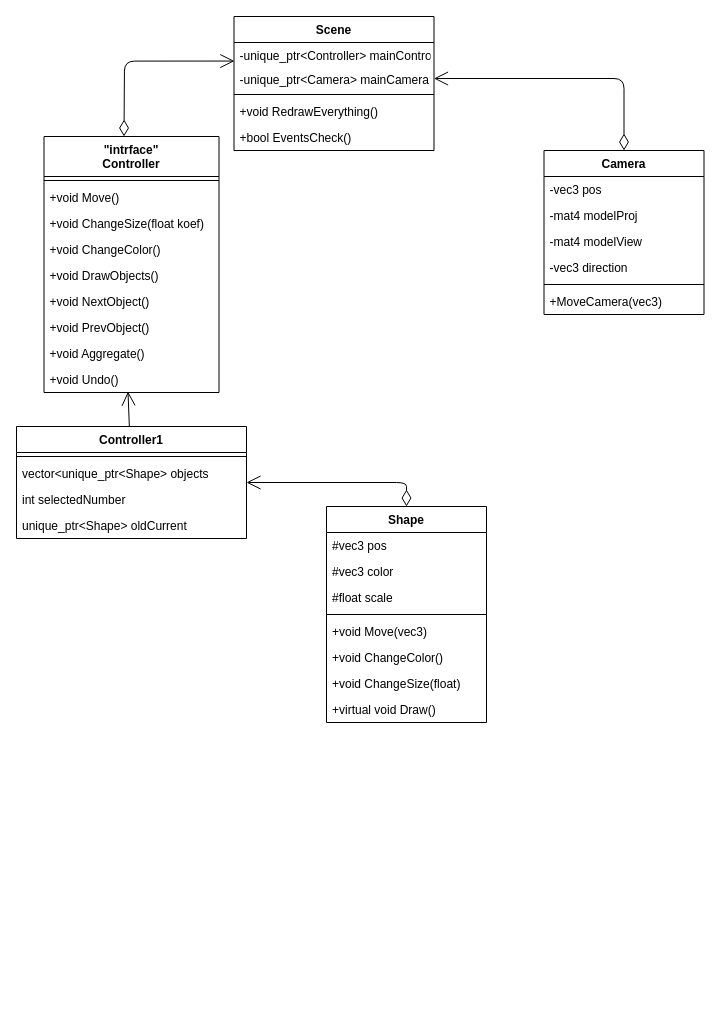
Earlier version of the draw.io diagram docs/UML.drawio (LeshanovAndrei/Shape3D). Source tidied: cells renumbered, new cells numbered last; positions are measured from the earlier drawing's top-left corner, leaving out a move shared by most shapes. Both pictures are drawn from the tidied source at 100%, with x=0, y=0 at pixel (16, 16).
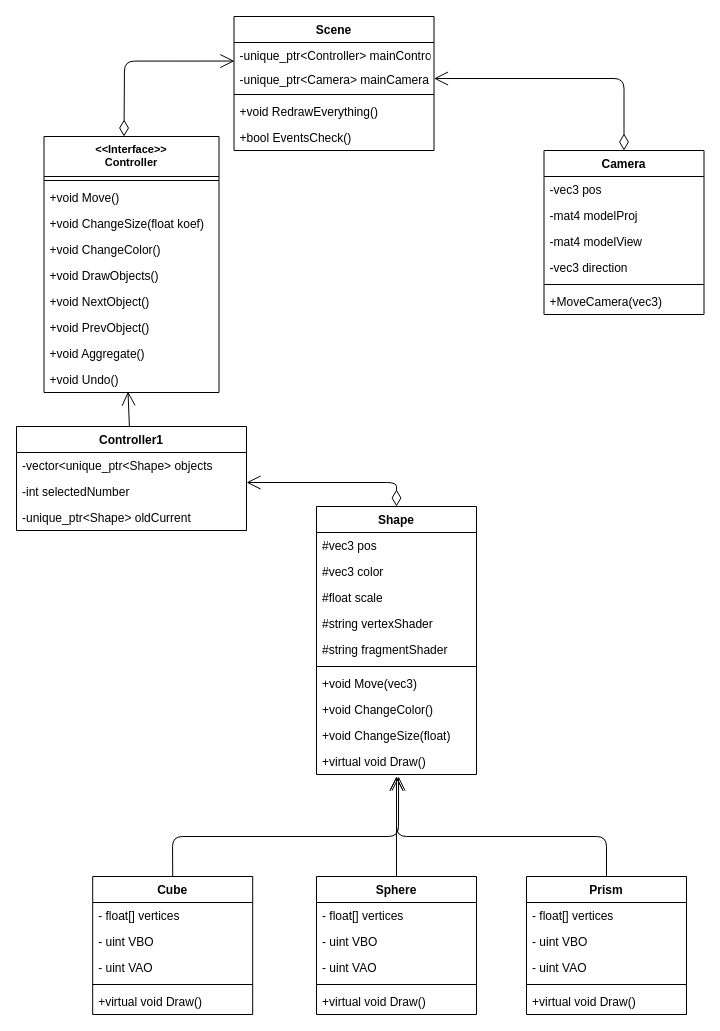
The same page after the edit.

The change refers to these unchanged cells:
```xml
<mxCell id="3" value="-unique_ptr&lt;Controller&gt; mainController" style="text;strokeColor=none;fillColor=none;align=left;verticalAlign=top;spacingLeft=4;spacingRight=4;overflow=hidden;points=[[0,0.5],[1,0.5]];portConstraint=eastwest;" parent="2" vertex="1">
  <mxGeometry y="26" width="200" height="24" as="geometry" />
</mxCell>
```

Diff of the diagram source:
```diff
@@
     <mxCell id="8" value="Controller1" style="swimlane;fontStyle=1;align=center;verticalAlign=top;horizontal=1;startSize=26;" parent="1" vertex="1">
-      <mxGeometry y="410" width="230" height="112" as="geometry" />
+      <mxGeometry y="410" width="230" height="104" as="geometry" />
     </mxCell>
-    <mxCell id="9" style="line;strokeWidth=1;fillColor=none;align=left;verticalAlign=middle;spacingTop=-1;spacingLeft=3;spacingRight=3;labelPosition=right;" parent="8" vertex="1">
-      <mxGeometry y="26" width="230" height="8" as="geometry" />
-    </mxCell>
-    <mxCell id="10" value="vector&lt;unique_ptr&lt;Shape&gt; objects" style="text;strokeColor=none;fillColor=none;align=left;verticalAlign=top;spacingLeft=4;spacingRight=4;overflow=hidden;" parent="8" vertex="1">
-      <mxGeometry y="34" width="230" height="26" as="geometry" />
-    </mxCell>
-    <mxCell id="11" value="int selectedNumber" style="text;strokeColor=none;fillColor=none;align=left;verticalAlign=top;spacingLeft=4;spacingRight=4;overflow=hidden;" parent="8" vertex="1">
-      <mxGeometry y="60" width="230" height="26" as="geometry" />
-    </mxCell>
-    <mxCell id="12" value="unique_ptr&lt;Shape&gt; oldCurrent" style="text;strokeColor=none;fillColor=none;align=left;verticalAlign=top;spacingLeft=4;spacingRight=4;overflow=hidden;" parent="8" vertex="1">
-      <mxGeometry y="86" width="230" height="26" as="geometry" />
-    </mxCell>
-    <mxCell id="13" value="&quot;intrface&quot;&#10;Controller" style="swimlane;fontStyle=1;align=center;verticalAlign=top;horizontal=1;startSize=40;" parent="1" vertex="1">
-      <mxGeometry x="27.5" y="120" width="175" height="256" as="geometry" />
-    </mxCell>
-    <mxCell id="14" style="endArrow=open;html=1;endSize=12;startArrow=diamondThin;startSize=14;startFill=0;edgeStyle=orthogonalEdgeStyle;align=left;verticalAlign=bottom;entryX=0.002;entryY=0.773;entryDx=0;entryDy=0;entryPerimeter=0;" parent="13" edge="1" target="3">
-      <mxGeometry x="-0.89" relative="1" as="geometry">
-        <mxPoint x="80" as="sourcePoint" />
-      </mxGeometry>
-    </mxCell>
+    <mxCell id="43" value="-vector&lt;unique_ptr&lt;Shape&gt; objects" style="text;strokeColor=none;fillColor=none;align=left;verticalAlign=top;spacingLeft=4;spacingRight=4;overflow=hidden;" parent="8" vertex="1">
+      <mxGeometry y="26" width="230" height="26" as="geometry" />
+    </mxCell>
+    <mxCell id="44" value="-int selectedNumber" style="text;strokeColor=none;fillColor=none;align=left;verticalAlign=top;spacingLeft=4;spacingRight=4;overflow=hidden;" parent="8" vertex="1">
+      <mxGeometry y="52" width="230" height="26" as="geometry" />
+    </mxCell>
+    <mxCell id="45" value="-unique_ptr&lt;Shape&gt; oldCurrent" style="text;strokeColor=none;fillColor=none;align=left;verticalAlign=top;spacingLeft=4;spacingRight=4;overflow=hidden;" parent="8" vertex="1">
+      <mxGeometry y="78" width="230" height="26" as="geometry" />
+    </mxCell>
+    <mxCell id="46" value="&lt;&lt;Interface&gt;&gt;&#10;Controller" style="swimlane;fontStyle=1;align=center;verticalAlign=top;horizontal=1;startSize=40;fontSize=11;" parent="1" vertex="1">
+      <mxGeometry x="27.5" y="120" width="175" height="256" as="geometry" />
+    </mxCell>
+    <mxCell id="47" style="endArrow=open;html=1;endSize=12;startArrow=diamondThin;startSize=14;startFill=0;edgeStyle=orthogonalEdgeStyle;align=left;verticalAlign=bottom;entryX=0.002;entryY=0.773;entryDx=0;entryDy=0;entryPerimeter=0;" parent="46" edge="1" target="3">
+      <mxGeometry x="-0.89" relative="1" as="geometry">
+        <mxPoint x="80" as="sourcePoint" />
+      </mxGeometry>
+    </mxCell>
-    <mxCell id="15" style="line;strokeWidth=1;fillColor=none;align=left;verticalAlign=middle;spacingTop=-1;spacingLeft=3;spacingRight=3;labelPosition=right;" parent="13" vertex="1">
+    <mxCell id="15" style="line;strokeWidth=1;fillColor=none;align=left;verticalAlign=middle;spacingTop=-1;spacingLeft=3;spacingRight=3;labelPosition=right;" parent="46" vertex="1">
       <mxGeometry y="40" width="175" height="8" as="geometry" />
     </mxCell>
-    <mxCell id="16" value="+void Move()" style="text;strokeColor=none;fillColor=none;align=left;verticalAlign=top;spacingLeft=4;spacingRight=4;overflow=hidden;" parent="13" vertex="1">
+    <mxCell id="16" value="+void Move()" style="text;strokeColor=none;fillColor=none;align=left;verticalAlign=top;spacingLeft=4;spacingRight=4;overflow=hidden;" parent="46" vertex="1">
       <mxGeometry y="48" width="175" height="26" as="geometry" />
     </mxCell>
-    <mxCell id="17" value="+void ChangeSize(float koef)" style="text;strokeColor=none;fillColor=none;align=left;verticalAlign=top;spacingLeft=4;spacingRight=4;overflow=hidden;" parent="13" vertex="1">
+    <mxCell id="17" value="+void ChangeSize(float koef)" style="text;strokeColor=none;fillColor=none;align=left;verticalAlign=top;spacingLeft=4;spacingRight=4;overflow=hidden;" parent="46" vertex="1">
       <mxGeometry y="74" width="175" height="26" as="geometry" />
     </mxCell>
-    <mxCell id="18" value="+void ChangeColor()" style="text;strokeColor=none;fillColor=none;align=left;verticalAlign=top;spacingLeft=4;spacingRight=4;overflow=hidden;" parent="13" vertex="1">
+    <mxCell id="18" value="+void ChangeColor()" style="text;strokeColor=none;fillColor=none;align=left;verticalAlign=top;spacingLeft=4;spacingRight=4;overflow=hidden;" parent="46" vertex="1">
       <mxGeometry y="100" width="175" height="26" as="geometry" />
     </mxCell>
-    <mxCell id="19" value="+void DrawObjects()" style="text;strokeColor=none;fillColor=none;align=left;verticalAlign=top;spacingLeft=4;spacingRight=4;overflow=hidden;" parent="13" vertex="1">
+    <mxCell id="19" value="+void DrawObjects()" style="text;strokeColor=none;fillColor=none;align=left;verticalAlign=top;spacingLeft=4;spacingRight=4;overflow=hidden;" parent="46" vertex="1">
       <mxGeometry y="126" width="175" height="26" as="geometry" />
     </mxCell>
-    <mxCell id="20" value="+void NextObject()" style="text;strokeColor=none;fillColor=none;align=left;verticalAlign=top;spacingLeft=4;spacingRight=4;overflow=hidden;" parent="13" vertex="1">
+    <mxCell id="20" value="+void NextObject()" style="text;strokeColor=none;fillColor=none;align=left;verticalAlign=top;spacingLeft=4;spacingRight=4;overflow=hidden;" parent="46" vertex="1">
       <mxGeometry y="152" width="175" height="26" as="geometry" />
     </mxCell>
-    <mxCell id="21" value="+void PrevObject()" style="text;strokeColor=none;fillColor=none;align=left;verticalAlign=top;spacingLeft=4;spacingRight=4;overflow=hidden;" parent="13" vertex="1">
+    <mxCell id="21" value="+void PrevObject()" style="text;strokeColor=none;fillColor=none;align=left;verticalAlign=top;spacingLeft=4;spacingRight=4;overflow=hidden;" parent="46" vertex="1">
       <mxGeometry y="178" width="175" height="26" as="geometry" />
     </mxCell>
-    <mxCell id="22" value="+void Aggregate()" style="text;strokeColor=none;fillColor=none;align=left;verticalAlign=top;spacingLeft=4;spacingRight=4;overflow=hidden;" parent="13" vertex="1">
+    <mxCell id="22" value="+void Aggregate()" style="text;strokeColor=none;fillColor=none;align=left;verticalAlign=top;spacingLeft=4;spacingRight=4;overflow=hidden;" parent="46" vertex="1">
       <mxGeometry y="204" width="175" height="26" as="geometry" />
     </mxCell>
-    <mxCell id="23" value="+void Undo()" style="text;strokeColor=none;fillColor=none;align=left;verticalAlign=top;spacingLeft=4;spacingRight=4;overflow=hidden;" parent="13" vertex="1">
+    <mxCell id="23" value="+void Undo()" style="text;strokeColor=none;fillColor=none;align=left;verticalAlign=top;spacingLeft=4;spacingRight=4;overflow=hidden;" parent="46" vertex="1">
       <mxGeometry y="230" width="175" height="26" as="geometry" />
     </mxCell>
-    <mxCell id="24" style="endArrow=open;endFill=1;endSize=12;html=1;" parent="1" edge="1" source="8">
-      <mxGeometry relative="1" as="geometry">
-        <mxPoint x="111.5" y="375" as="targetPoint" />
-      </mxGeometry>
-    </mxCell>
+    <mxCell id="48" style="endArrow=open;endFill=1;endSize=12;html=1;" parent="1" edge="1" source="8">
+      <mxGeometry relative="1" as="geometry">
+        <mxPoint x="111.5" y="375" as="targetPoint" />
+      </mxGeometry>
+    </mxCell>
@@
     <mxCell id="33" value="Shape" style="swimlane;fontStyle=1;align=center;verticalAlign=top;horizontal=1;startSize=26;" parent="1" vertex="1">
-      <mxGeometry x="310" y="490" width="160" height="216" as="geometry" />
+      <mxGeometry x="300" y="490" width="160" height="268" as="geometry" />
     </mxCell>
-    <mxCell id="34" style="endArrow=open;html=1;endSize=12;startArrow=diamondThin;startSize=14;startFill=0;edgeStyle=orthogonalEdgeStyle;align=left;verticalAlign=bottom;" parent="33" edge="1" target="8">
-      <mxGeometry x="-1" y="3" relative="1" as="geometry">
-        <mxPoint x="80" as="sourcePoint" />
-        <Array as="points">
-          <mxPoint x="80" y="-24" />
-        </Array>
-      </mxGeometry>
-    </mxCell>
+    <mxCell id="49" style="endArrow=open;html=1;endSize=12;startArrow=diamondThin;startSize=14;startFill=0;edgeStyle=orthogonalEdgeStyle;align=left;verticalAlign=bottom;" parent="33" edge="1" target="8">
+      <mxGeometry x="-1" y="3" relative="1" as="geometry">
+        <mxPoint x="80" as="sourcePoint" />
+        <Array as="points">
+          <mxPoint x="80" y="-24" />
+        </Array>
+      </mxGeometry>
+    </mxCell>
@@
-    <mxCell id="38" style="line;strokeWidth=1;fillColor=none;align=left;verticalAlign=middle;spacingTop=-1;spacingLeft=3;spacingRight=3;labelPosition=right;" parent="33" vertex="1">
-      <mxGeometry y="104" width="160" height="8" as="geometry" />
-    </mxCell>
+    <mxCell id="50" value="#string vertexShader" style="text;strokeColor=none;fillColor=none;align=left;verticalAlign=top;spacingLeft=4;spacingRight=4;overflow=hidden;" parent="33" vertex="1">
+      <mxGeometry y="104" width="160" height="26" as="geometry" />
+    </mxCell>
+    <mxCell id="51" value="#string fragmentShader" style="text;strokeColor=none;fillColor=none;align=left;verticalAlign=top;spacingLeft=4;spacingRight=4;overflow=hidden;" parent="33" vertex="1">
+      <mxGeometry y="130" width="160" height="26" as="geometry" />
+    </mxCell>
+    <mxCell id="52" style="line;strokeWidth=1;fillColor=none;align=left;verticalAlign=middle;spacingTop=-1;spacingLeft=3;spacingRight=3;labelPosition=right;" parent="33" vertex="1">
+      <mxGeometry y="156" width="160" height="8" as="geometry" />
+    </mxCell>
     <mxCell id="39" value="+void Move(vec3)" style="text;strokeColor=none;fillColor=none;align=left;verticalAlign=top;spacingLeft=4;spacingRight=4;overflow=hidden;" parent="33" vertex="1">
-      <mxGeometry y="112" width="160" height="26" as="geometry" />
+      <mxGeometry y="164" width="160" height="26" as="geometry" />
     </mxCell>
     <mxCell id="40" value="+void ChangeColor()" style="text;strokeColor=none;fillColor=none;align=left;verticalAlign=top;spacingLeft=4;spacingRight=4;overflow=hidden;" parent="33" vertex="1">
-      <mxGeometry y="138" width="160" height="26" as="geometry" />
+      <mxGeometry y="190" width="160" height="26" as="geometry" />
     </mxCell>
     <mxCell id="41" value="+void ChangeSize(float)" style="text;strokeColor=none;fillColor=none;align=left;verticalAlign=top;spacingLeft=4;spacingRight=4;overflow=hidden;" parent="33" vertex="1">
-      <mxGeometry y="164" width="160" height="26" as="geometry" />
+      <mxGeometry y="216" width="160" height="26" as="geometry" />
     </mxCell>
-    <mxCell id="42" value="+virtual void Draw()" style="text;strokeColor=none;fillColor=none;align=left;verticalAlign=top;spacingLeft=4;spacingRight=4;overflow=hidden;" parent="33" vertex="1">
-      <mxGeometry y="190" width="160" height="26" as="geometry" />
-    </mxCell>
+    <mxCell id="53" value="+virtual void Draw()" style="text;strokeColor=none;fillColor=none;align=left;verticalAlign=top;spacingLeft=4;spacingRight=4;overflow=hidden;points=[[0,0.5],[1,0.5]];portConstraint=eastwest;" parent="33" vertex="1">
+      <mxGeometry y="242" width="160" height="26" as="geometry" />
+    </mxCell>
+    <mxCell id="54" value="Cube" style="swimlane;fontStyle=1;align=center;verticalAlign=top;horizontal=1;startSize=26;" parent="1" vertex="1">
+      <mxGeometry x="76.2" y="860" width="160" height="138" as="geometry" />
+    </mxCell>
+    <mxCell id="55" value="- float[] vertices" style="text;strokeColor=none;fillColor=none;align=left;verticalAlign=top;spacingLeft=4;spacingRight=4;overflow=hidden;" parent="54" vertex="1">
+      <mxGeometry y="26" width="160" height="26" as="geometry" />
+    </mxCell>
+    <mxCell id="56" value="- uint VBO" style="text;strokeColor=none;fillColor=none;align=left;verticalAlign=top;spacingLeft=4;spacingRight=4;overflow=hidden;" parent="54" vertex="1">
+      <mxGeometry y="52" width="160" height="26" as="geometry" />
+    </mxCell>
+    <mxCell id="57" value="- uint VAO" style="text;strokeColor=none;fillColor=none;align=left;verticalAlign=top;spacingLeft=4;spacingRight=4;overflow=hidden;" parent="54" vertex="1">
+      <mxGeometry y="78" width="160" height="26" as="geometry" />
+    </mxCell>
+    <mxCell id="58" style="line;strokeWidth=1;fillColor=none;align=left;verticalAlign=middle;spacingTop=-1;spacingLeft=3;spacingRight=3;labelPosition=right;" parent="54" vertex="1">
+      <mxGeometry y="104" width="160" height="8" as="geometry" />
+    </mxCell>
+    <mxCell id="59" value="+virtual void Draw()" style="text;strokeColor=none;fillColor=none;align=left;verticalAlign=top;spacingLeft=4;spacingRight=4;overflow=hidden;" parent="54" vertex="1">
+      <mxGeometry y="112" width="160" height="26" as="geometry" />
+    </mxCell>
+    <mxCell id="60" value="Sphere" style="swimlane;fontStyle=1;align=center;verticalAlign=top;horizontal=1;startSize=26;" parent="1" vertex="1">
+      <mxGeometry x="300" y="860" width="160" height="138" as="geometry" />
+    </mxCell>
+    <mxCell id="61" value="- float[] vertices" style="text;strokeColor=none;fillColor=none;align=left;verticalAlign=top;spacingLeft=4;spacingRight=4;overflow=hidden;" parent="60" vertex="1">
+      <mxGeometry y="26" width="160" height="26" as="geometry" />
+    </mxCell>
+    <mxCell id="62" value="- uint VBO" style="text;strokeColor=none;fillColor=none;align=left;verticalAlign=top;spacingLeft=4;spacingRight=4;overflow=hidden;" parent="60" vertex="1">
+      <mxGeometry y="52" width="160" height="26" as="geometry" />
+    </mxCell>
+    <mxCell id="63" value="- uint VAO" style="text;strokeColor=none;fillColor=none;align=left;verticalAlign=top;spacingLeft=4;spacingRight=4;overflow=hidden;" parent="60" vertex="1">
+      <mxGeometry y="78" width="160" height="26" as="geometry" />
+    </mxCell>
+    <mxCell id="64" style="line;strokeWidth=1;fillColor=none;align=left;verticalAlign=middle;spacingTop=-1;spacingLeft=3;spacingRight=3;labelPosition=right;" parent="60" vertex="1">
+      <mxGeometry y="104" width="160" height="8" as="geometry" />
+    </mxCell>
+    <mxCell id="65" value="+virtual void Draw()" style="text;strokeColor=none;fillColor=none;align=left;verticalAlign=top;spacingLeft=4;spacingRight=4;overflow=hidden;" parent="60" vertex="1">
+      <mxGeometry y="112" width="160" height="26" as="geometry" />
+    </mxCell>
+    <mxCell id="66" value="Prism" style="swimlane;fontStyle=1;align=center;verticalAlign=top;horizontal=1;startSize=26;" parent="1" vertex="1">
+      <mxGeometry x="510" y="860" width="160" height="138" as="geometry" />
+    </mxCell>
+    <mxCell id="67" value="- float[] vertices" style="text;strokeColor=none;fillColor=none;align=left;verticalAlign=top;spacingLeft=4;spacingRight=4;overflow=hidden;" parent="66" vertex="1">
+      <mxGeometry y="26" width="160" height="26" as="geometry" />
+    </mxCell>
+    <mxCell id="68" value="- uint VBO" style="text;strokeColor=none;fillColor=none;align=left;verticalAlign=top;spacingLeft=4;spacingRight=4;overflow=hidden;" parent="66" vertex="1">
+      <mxGeometry y="52" width="160" height="26" as="geometry" />
+    </mxCell>
+    <mxCell id="69" value="- uint VAO" style="text;strokeColor=none;fillColor=none;align=left;verticalAlign=top;spacingLeft=4;spacingRight=4;overflow=hidden;" parent="66" vertex="1">
+      <mxGeometry y="78" width="160" height="26" as="geometry" />
+    </mxCell>
+    <mxCell id="70" style="line;strokeWidth=1;fillColor=none;align=left;verticalAlign=middle;spacingTop=-1;spacingLeft=3;spacingRight=3;labelPosition=right;" parent="66" vertex="1">
+      <mxGeometry y="104" width="160" height="8" as="geometry" />
+    </mxCell>
+    <mxCell id="71" value="+virtual void Draw()" style="text;strokeColor=none;fillColor=none;align=left;verticalAlign=top;spacingLeft=4;spacingRight=4;overflow=hidden;" parent="66" vertex="1">
+      <mxGeometry y="112" width="160" height="26" as="geometry" />
+    </mxCell>
+    <mxCell id="72" style="endArrow=open;endFill=1;endSize=12;html=1;fontSize=11;exitX=0.5;exitY=0;exitDx=0;exitDy=0;entryX=0.513;entryY=1.077;entryDx=0;entryDy=0;entryPerimeter=0;" parent="1" edge="1" source="54" target="53">
+      <mxGeometry relative="1" as="geometry">
+        <Array as="points">
+          <mxPoint x="156" y="820" />
+          <mxPoint x="382" y="820" />
+        </Array>
+      </mxGeometry>
+    </mxCell>
+    <mxCell id="73" style="endArrow=open;endFill=1;endSize=12;html=1;fontSize=11;exitX=0.5;exitY=0;exitDx=0;exitDy=0;" parent="1" edge="1" source="60">
+      <mxGeometry relative="1" as="geometry">
+        <mxPoint x="380" y="760" as="targetPoint" />
+      </mxGeometry>
+    </mxCell>
+    <mxCell id="74" style="endArrow=open;endFill=1;endSize=12;html=1;fontSize=11;exitX=0.5;exitY=0;exitDx=0;exitDy=0;" parent="1" edge="1" source="66">
+      <mxGeometry relative="1" as="geometry">
+        <mxPoint x="380" y="760" as="targetPoint" />
+        <Array as="points">
+          <mxPoint x="590" y="820" />
+          <mxPoint x="380" y="820" />
+        </Array>
+      </mxGeometry>
+    </mxCell>
```
